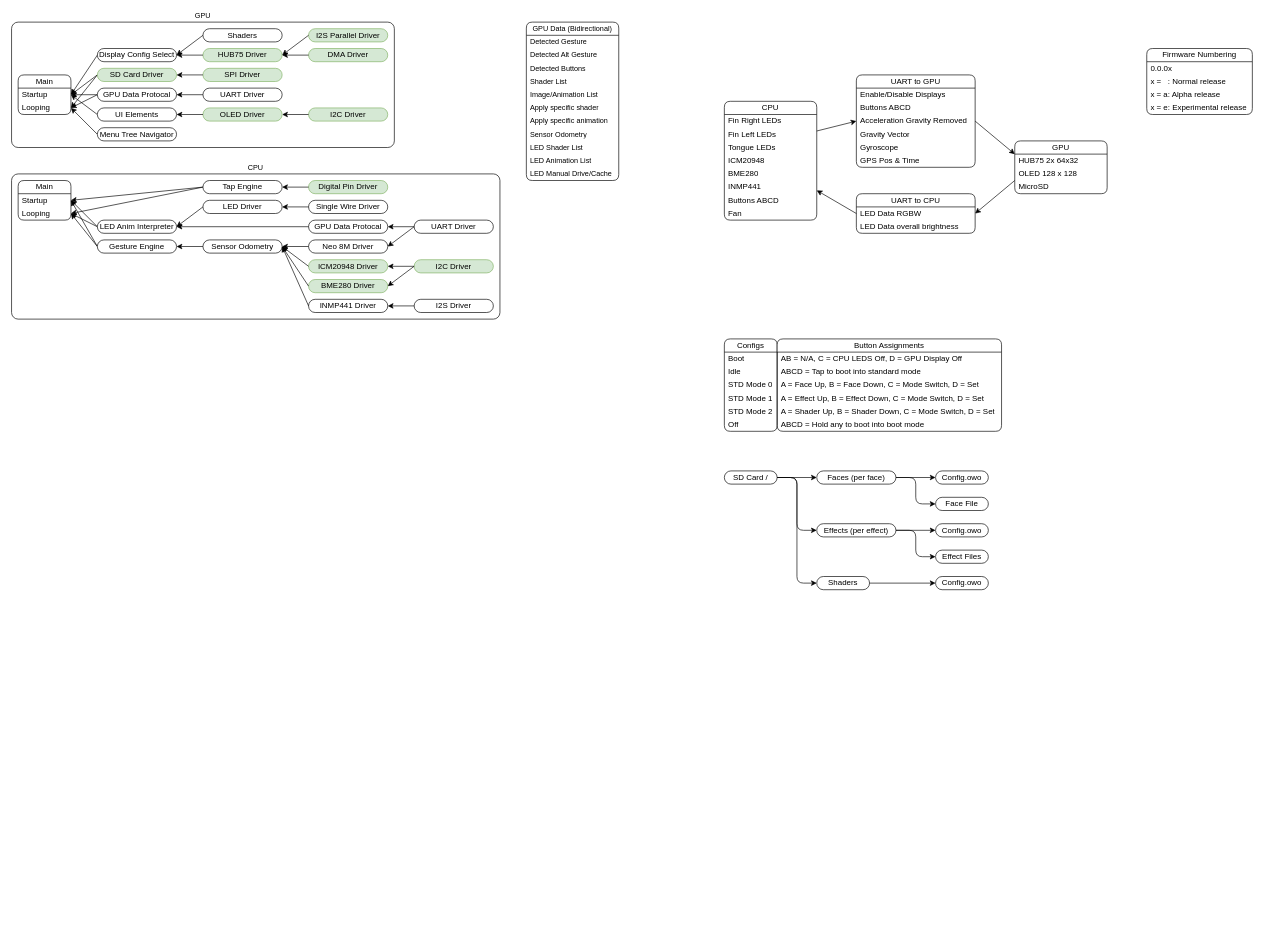
Earlier version of the draw.io diagram page "Alpha Release Stack" (5 of 7) of Documents/Software Diagram (DX.3).drawio (Cyberspecies/Synth-Head). Source tidied: cells renumbered, new cells numbered last; positions are measured from the earlier drawing's top-left corner, leaving out a move shared by most shapes. Both pictures are drawn from the tidied source at 66%, with x=0, y=0 at pixel (11, 22).
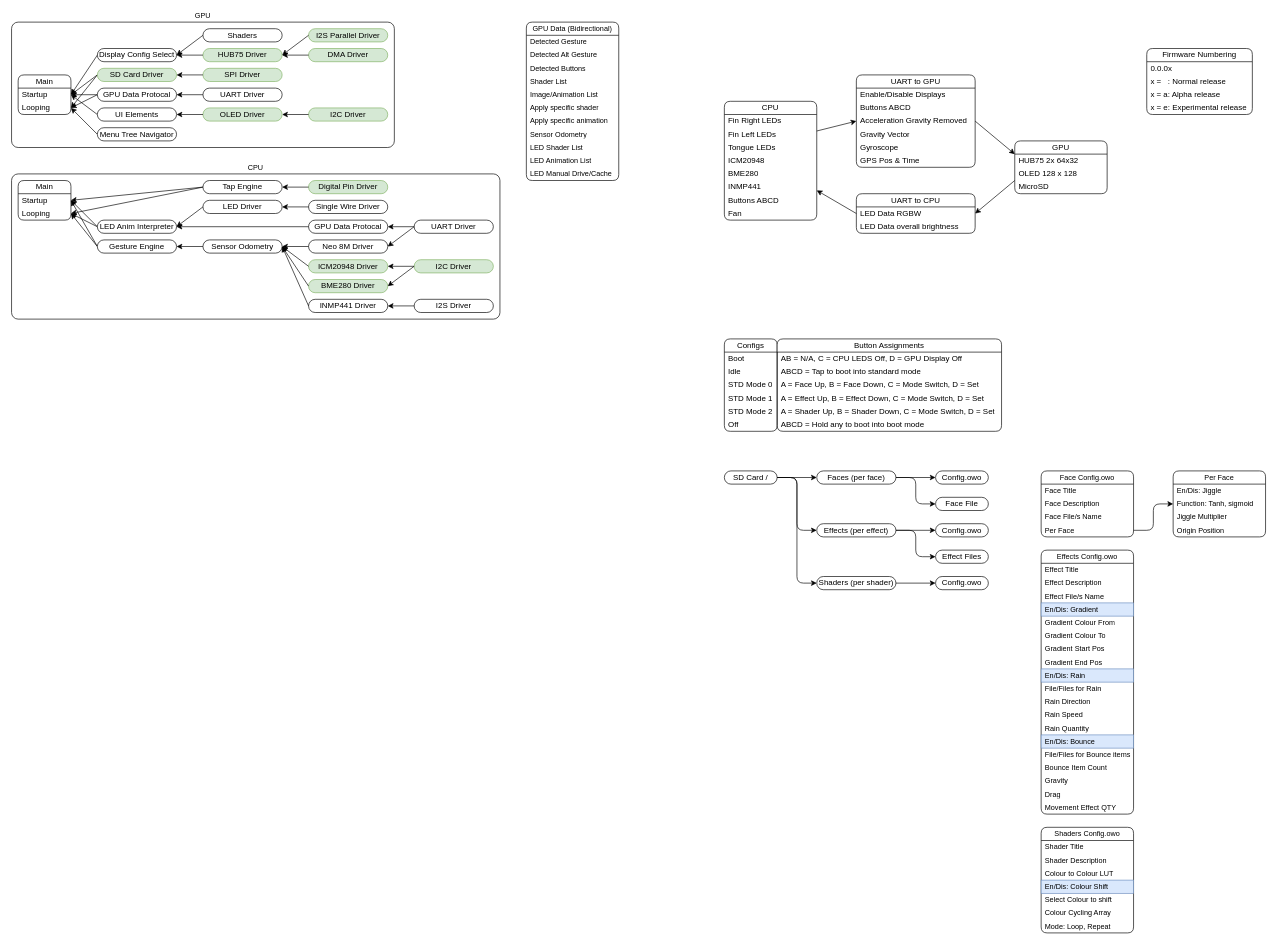
After the change.

The edit, as a diff of the source:
```diff
@@
-    <mxCell id="135" value="Shaders" style="rounded=1;whiteSpace=wrap;html=1;absoluteArcSize=1;points=[[0,0.5,0,0,0],[1,0.5,0,0,0]];" parent="1" vertex="1">
-      <mxGeometry x="1220" y="840" width="80" height="20" as="geometry" />
+    <mxCell id="135" value="Shaders (per shader)" style="rounded=1;whiteSpace=wrap;html=1;absoluteArcSize=1;points=[[0,0.5,0,0,0],[1,0.5,0,0,0]];" parent="1" vertex="1">
+      <mxGeometry x="1220" y="840" width="120" height="20" as="geometry" />
     </mxCell>
@@
+    <mxCell id="148" value="Face Config.owo" style="swimlane;fontStyle=0;horizontal=1;startSize=20;whiteSpace=wrap;html=1;rounded=1;fontFamily=Helvetica;fontSize=11;fontColor=default;labelBackgroundColor=default;" parent="1" vertex="1">
+      <mxGeometry x="1560" y="680" width="140" height="100" as="geometry" />
+    </mxCell>
+    <mxCell id="149" value="Face Title" style="text;strokeColor=none;fillColor=none;align=left;verticalAlign=middle;spacingLeft=4;spacingRight=4;overflow=hidden;whiteSpace=wrap;html=1;fontFamily=Helvetica;fontSize=11;fontColor=default;labelBackgroundColor=default;" parent="148" vertex="1">
+      <mxGeometry y="20" width="140" height="20" as="geometry" />
+    </mxCell>
+    <mxCell id="150" value="Face Description" style="text;strokeColor=none;fillColor=none;align=left;verticalAlign=middle;spacingLeft=4;spacingRight=4;overflow=hidden;whiteSpace=wrap;html=1;fontFamily=Helvetica;fontSize=11;fontColor=default;labelBackgroundColor=default;" parent="148" vertex="1">
+      <mxGeometry y="40" width="140" height="20" as="geometry" />
+    </mxCell>
+    <mxCell id="151" value="Face File/s Name" style="text;strokeColor=none;fillColor=none;align=left;verticalAlign=middle;spacingLeft=4;spacingRight=4;overflow=hidden;whiteSpace=wrap;html=1;fontFamily=Helvetica;fontSize=11;fontColor=default;labelBackgroundColor=default;" parent="148" vertex="1">
+      <mxGeometry y="60" width="140" height="20" as="geometry" />
+    </mxCell>
+    <mxCell id="152" value="Per Face" style="text;strokeColor=none;fillColor=none;align=left;verticalAlign=middle;spacingLeft=4;spacingRight=4;overflow=hidden;points=[[0,0.5],[1,0.5]];portConstraint=eastwest;whiteSpace=wrap;html=1;fontFamily=Helvetica;fontSize=11;fontColor=default;labelBackgroundColor=default;" parent="148" vertex="1">
+      <mxGeometry y="80" width="140" height="20" as="geometry" />
+    </mxCell>
+    <mxCell id="153" value="Per Face" style="swimlane;fontStyle=0;horizontal=1;startSize=20;whiteSpace=wrap;html=1;rounded=1;fontFamily=Helvetica;fontSize=11;fontColor=default;labelBackgroundColor=default;" parent="1" vertex="1">
+      <mxGeometry x="1760" y="680" width="140" height="100" as="geometry" />
+    </mxCell>
+    <mxCell id="154" value="En/Dis: Jiggle" style="text;strokeColor=none;fillColor=none;align=left;verticalAlign=middle;spacingLeft=4;spacingRight=4;overflow=hidden;whiteSpace=wrap;html=1;fontFamily=Helvetica;fontSize=11;fontColor=default;labelBackgroundColor=default;" parent="153" vertex="1">
+      <mxGeometry y="20" width="140" height="20" as="geometry" />
+    </mxCell>
+    <mxCell id="155" value="Function: Tanh, sigmoid" style="text;strokeColor=none;fillColor=none;align=left;verticalAlign=middle;spacingLeft=4;spacingRight=4;overflow=hidden;whiteSpace=wrap;html=1;fontFamily=Helvetica;fontSize=11;fontColor=default;labelBackgroundColor=default;" parent="153" vertex="1">
+      <mxGeometry y="40" width="140" height="20" as="geometry" />
+    </mxCell>
+    <mxCell id="156" value="Jiggle Multiplier" style="text;strokeColor=none;fillColor=none;align=left;verticalAlign=middle;spacingLeft=4;spacingRight=4;overflow=hidden;whiteSpace=wrap;html=1;fontFamily=Helvetica;fontSize=11;fontColor=default;labelBackgroundColor=default;" parent="153" vertex="1">
+      <mxGeometry y="60" width="140" height="20" as="geometry" />
+    </mxCell>
+    <mxCell id="157" value="Origin Position" style="text;strokeColor=none;fillColor=none;align=left;verticalAlign=middle;spacingLeft=4;spacingRight=4;overflow=hidden;whiteSpace=wrap;html=1;fontFamily=Helvetica;fontSize=11;fontColor=default;labelBackgroundColor=default;" parent="153" vertex="1">
+      <mxGeometry y="80" width="140" height="20" as="geometry" />
+    </mxCell>
+    <mxCell id="158" style="edgeStyle=orthogonalEdgeStyle;shape=connector;curved=0;rounded=1;jettySize=auto;html=1;exitX=1;exitY=0.5;exitDx=0;exitDy=0;entryX=0;entryY=0.5;entryDx=0;entryDy=0;strokeColor=default;align=center;verticalAlign=middle;fontFamily=Helvetica;fontSize=11;fontColor=default;labelBackgroundColor=default;endArrow=classic;" parent="1" edge="1" source="152" target="153">
+      <mxGeometry relative="1" as="geometry" />
+    </mxCell>
+    <mxCell id="159" value="Effects Config.owo" style="swimlane;fontStyle=0;horizontal=1;startSize=20;whiteSpace=wrap;html=1;rounded=1;fontFamily=Helvetica;fontSize=11;fontColor=default;labelBackgroundColor=default;" parent="1" vertex="1">
+      <mxGeometry x="1560" y="800" width="140" height="400" as="geometry" />
+    </mxCell>
+    <mxCell id="160" value="Effect Title" style="text;strokeColor=none;fillColor=none;align=left;verticalAlign=middle;spacingLeft=4;spacingRight=4;overflow=hidden;whiteSpace=wrap;html=1;fontFamily=Helvetica;fontSize=11;fontColor=default;labelBackgroundColor=default;" parent="159" vertex="1">
+      <mxGeometry y="20" width="140" height="20" as="geometry" />
+    </mxCell>
+    <mxCell id="161" value="Effect Description" style="text;strokeColor=none;fillColor=none;align=left;verticalAlign=middle;spacingLeft=4;spacingRight=4;overflow=hidden;whiteSpace=wrap;html=1;fontFamily=Helvetica;fontSize=11;fontColor=default;labelBackgroundColor=default;" parent="159" vertex="1">
+      <mxGeometry y="40" width="140" height="20" as="geometry" />
+    </mxCell>
+    <mxCell id="162" value="Effect File/s Name" style="text;strokeColor=none;fillColor=none;align=left;verticalAlign=middle;spacingLeft=4;spacingRight=4;overflow=hidden;whiteSpace=wrap;html=1;fontFamily=Helvetica;fontSize=11;fontColor=default;labelBackgroundColor=default;" parent="159" vertex="1">
+      <mxGeometry y="60" width="140" height="20" as="geometry" />
+    </mxCell>
+    <mxCell id="163" value="En/Dis: Gradient" style="text;strokeColor=#6c8ebf;fillColor=#dae8fc;align=left;verticalAlign=middle;spacingLeft=4;spacingRight=4;overflow=hidden;whiteSpace=wrap;html=1;fontFamily=Helvetica;fontSize=11;labelBackgroundColor=none;" parent="159" vertex="1">
+      <mxGeometry y="80" width="140" height="20" as="geometry" />
+    </mxCell>
+    <mxCell id="164" value="Gradient Colour From" style="text;strokeColor=none;fillColor=none;align=left;verticalAlign=middle;spacingLeft=4;spacingRight=4;overflow=hidden;whiteSpace=wrap;html=1;fontFamily=Helvetica;fontSize=11;fontColor=default;labelBackgroundColor=default;" parent="159" vertex="1">
+      <mxGeometry y="100" width="140" height="20" as="geometry" />
+    </mxCell>
+    <mxCell id="165" value="Gradient Colour To" style="text;strokeColor=none;fillColor=none;align=left;verticalAlign=middle;spacingLeft=4;spacingRight=4;overflow=hidden;whiteSpace=wrap;html=1;fontFamily=Helvetica;fontSize=11;fontColor=default;labelBackgroundColor=default;" parent="159" vertex="1">
+      <mxGeometry y="120" width="140" height="20" as="geometry" />
+    </mxCell>
+    <mxCell id="166" value="Gradient Start Pos" style="text;strokeColor=none;fillColor=none;align=left;verticalAlign=middle;spacingLeft=4;spacingRight=4;overflow=hidden;whiteSpace=wrap;html=1;fontFamily=Helvetica;fontSize=11;fontColor=default;labelBackgroundColor=default;" parent="159" vertex="1">
+      <mxGeometry y="140" width="140" height="20" as="geometry" />
+    </mxCell>
+    <mxCell id="167" value="Gradient End Pos" style="text;strokeColor=none;fillColor=none;align=left;verticalAlign=middle;spacingLeft=4;spacingRight=4;overflow=hidden;whiteSpace=wrap;html=1;fontFamily=Helvetica;fontSize=11;fontColor=default;labelBackgroundColor=default;" parent="159" vertex="1">
+      <mxGeometry y="160" width="140" height="20" as="geometry" />
+    </mxCell>
+    <mxCell id="168" value="En/Dis: Rain" style="text;strokeColor=#6c8ebf;fillColor=#dae8fc;align=left;verticalAlign=middle;spacingLeft=4;spacingRight=4;overflow=hidden;whiteSpace=wrap;html=1;fontFamily=Helvetica;fontSize=11;labelBackgroundColor=none;" parent="159" vertex="1">
+      <mxGeometry y="180" width="140" height="20" as="geometry" />
+    </mxCell>
+    <mxCell id="169" value="File/Files for Rain" style="text;strokeColor=none;fillColor=none;align=left;verticalAlign=middle;spacingLeft=4;spacingRight=4;overflow=hidden;whiteSpace=wrap;html=1;fontFamily=Helvetica;fontSize=11;fontColor=default;labelBackgroundColor=default;" parent="159" vertex="1">
+      <mxGeometry y="200" width="140" height="20" as="geometry" />
+    </mxCell>
+    <mxCell id="170" value="Rain Direction" style="text;strokeColor=none;fillColor=none;align=left;verticalAlign=middle;spacingLeft=4;spacingRight=4;overflow=hidden;whiteSpace=wrap;html=1;fontFamily=Helvetica;fontSize=11;fontColor=default;labelBackgroundColor=default;" parent="159" vertex="1">
+      <mxGeometry y="220" width="140" height="20" as="geometry" />
+    </mxCell>
+    <mxCell id="171" value="Rain Speed" style="text;strokeColor=none;fillColor=none;align=left;verticalAlign=middle;spacingLeft=4;spacingRight=4;overflow=hidden;whiteSpace=wrap;html=1;fontFamily=Helvetica;fontSize=11;fontColor=default;labelBackgroundColor=default;" parent="159" vertex="1">
+      <mxGeometry y="240" width="140" height="20" as="geometry" />
+    </mxCell>
+    <mxCell id="172" value="Rain Quantity" style="text;strokeColor=none;fillColor=none;align=left;verticalAlign=middle;spacingLeft=4;spacingRight=4;overflow=hidden;whiteSpace=wrap;html=1;fontFamily=Helvetica;fontSize=11;fontColor=default;labelBackgroundColor=default;" parent="159" vertex="1">
+      <mxGeometry y="260" width="140" height="20" as="geometry" />
+    </mxCell>
+    <mxCell id="173" value="En/Dis: Bounce" style="text;strokeColor=#6c8ebf;fillColor=#dae8fc;align=left;verticalAlign=middle;spacingLeft=4;spacingRight=4;overflow=hidden;whiteSpace=wrap;html=1;fontFamily=Helvetica;fontSize=11;labelBackgroundColor=none;" parent="159" vertex="1">
+      <mxGeometry y="280" width="140" height="20" as="geometry" />
+    </mxCell>
+    <mxCell id="174" value="File/Files for Bounce items" style="text;strokeColor=none;fillColor=none;align=left;verticalAlign=middle;spacingLeft=4;spacingRight=4;overflow=hidden;whiteSpace=wrap;html=1;fontFamily=Helvetica;fontSize=11;fontColor=default;labelBackgroundColor=default;" parent="159" vertex="1">
+      <mxGeometry y="300" width="140" height="20" as="geometry" />
+    </mxCell>
+    <mxCell id="175" value="Bounce Item Count" style="text;strokeColor=none;fillColor=none;align=left;verticalAlign=middle;spacingLeft=4;spacingRight=4;overflow=hidden;whiteSpace=wrap;html=1;fontFamily=Helvetica;fontSize=11;fontColor=default;labelBackgroundColor=default;" parent="159" vertex="1">
+      <mxGeometry y="320" width="140" height="20" as="geometry" />
+    </mxCell>
+    <mxCell id="176" value="Gravity" style="text;strokeColor=none;fillColor=none;align=left;verticalAlign=middle;spacingLeft=4;spacingRight=4;overflow=hidden;whiteSpace=wrap;html=1;fontFamily=Helvetica;fontSize=11;fontColor=default;labelBackgroundColor=default;" parent="159" vertex="1">
+      <mxGeometry y="340" width="140" height="20" as="geometry" />
+    </mxCell>
+    <mxCell id="177" value="Drag" style="text;strokeColor=none;fillColor=none;align=left;verticalAlign=middle;spacingLeft=4;spacingRight=4;overflow=hidden;whiteSpace=wrap;html=1;fontFamily=Helvetica;fontSize=11;fontColor=default;labelBackgroundColor=default;" parent="159" vertex="1">
+      <mxGeometry y="360" width="140" height="20" as="geometry" />
+    </mxCell>
+    <mxCell id="178" value="Movement Effect QTY" style="text;strokeColor=none;fillColor=none;align=left;verticalAlign=middle;spacingLeft=4;spacingRight=4;overflow=hidden;whiteSpace=wrap;html=1;fontFamily=Helvetica;fontSize=11;fontColor=default;labelBackgroundColor=default;" parent="159" vertex="1">
+      <mxGeometry y="380" width="140" height="20" as="geometry" />
+    </mxCell>
+    <mxCell id="179" value="Shaders Config.owo" style="swimlane;fontStyle=0;horizontal=1;startSize=20;whiteSpace=wrap;html=1;rounded=1;fontFamily=Helvetica;fontSize=11;fontColor=default;labelBackgroundColor=default;" parent="1" vertex="1">
+      <mxGeometry x="1560" y="1220" width="140" height="160" as="geometry" />
+    </mxCell>
+    <mxCell id="180" value="Shader Title" style="text;strokeColor=none;fillColor=none;align=left;verticalAlign=middle;spacingLeft=4;spacingRight=4;overflow=hidden;whiteSpace=wrap;html=1;fontFamily=Helvetica;fontSize=11;fontColor=default;labelBackgroundColor=default;" parent="179" vertex="1">
+      <mxGeometry y="20" width="140" height="20" as="geometry" />
+    </mxCell>
+    <mxCell id="181" value="Shader Description" style="text;strokeColor=none;fillColor=none;align=left;verticalAlign=middle;spacingLeft=4;spacingRight=4;overflow=hidden;whiteSpace=wrap;html=1;fontFamily=Helvetica;fontSize=11;fontColor=default;labelBackgroundColor=default;" parent="179" vertex="1">
+      <mxGeometry y="40" width="140" height="20" as="geometry" />
+    </mxCell>
+    <mxCell id="182" value="Colour to Colour LUT" style="text;strokeColor=none;fillColor=none;align=left;verticalAlign=middle;spacingLeft=4;spacingRight=4;overflow=hidden;whiteSpace=wrap;html=1;fontFamily=Helvetica;fontSize=11;fontColor=default;labelBackgroundColor=default;" parent="179" vertex="1">
+      <mxGeometry y="60" width="140" height="20" as="geometry" />
+    </mxCell>
+    <mxCell id="183" value="En/Dis: Colour Shift" style="text;strokeColor=#6c8ebf;fillColor=#dae8fc;align=left;verticalAlign=middle;spacingLeft=4;spacingRight=4;overflow=hidden;whiteSpace=wrap;html=1;fontFamily=Helvetica;fontSize=11;labelBackgroundColor=none;" parent="179" vertex="1">
+      <mxGeometry y="80" width="140" height="20" as="geometry" />
+    </mxCell>
+    <mxCell id="184" value="Select Colour to shift" style="text;strokeColor=none;fillColor=none;align=left;verticalAlign=middle;spacingLeft=4;spacingRight=4;overflow=hidden;whiteSpace=wrap;html=1;fontFamily=Helvetica;fontSize=11;fontColor=default;labelBackgroundColor=default;" parent="179" vertex="1">
+      <mxGeometry y="100" width="140" height="20" as="geometry" />
+    </mxCell>
+    <mxCell id="185" value="Colour Cycling Array" style="text;strokeColor=none;fillColor=none;align=left;verticalAlign=middle;spacingLeft=4;spacingRight=4;overflow=hidden;whiteSpace=wrap;html=1;fontFamily=Helvetica;fontSize=11;fontColor=default;labelBackgroundColor=default;" parent="179" vertex="1">
+      <mxGeometry y="120" width="140" height="20" as="geometry" />
+    </mxCell>
+    <mxCell id="186" value="Mode: Loop, Repeat" style="text;strokeColor=none;fillColor=none;align=left;verticalAlign=middle;spacingLeft=4;spacingRight=4;overflow=hidden;whiteSpace=wrap;html=1;fontFamily=Helvetica;fontSize=11;fontColor=default;labelBackgroundColor=default;" parent="179" vertex="1">
+      <mxGeometry y="140" width="140" height="20" as="geometry" />
+    </mxCell>
```
